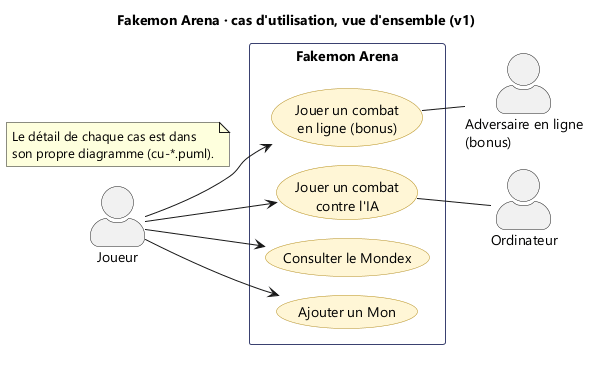
Before: docs/uml/cas-utilisation.png, a diagram exported from PlantUML (OnerAliCan/fakemon-arena). Its diagram source:
```plantuml
@startuml cas-utilisation
!pragma layout smetana
left to right direction
skinparam actorStyle awesome
skinparam defaultFontName Segoe UI
skinparam usecase {
  BackgroundColor #FFF6D6
  BorderColor #B8901A
}
skinparam rectangle {
  BorderColor #3A4170
  BackgroundColor #FAFAFD
}
title Fakemon Arena · cas d'utilisation, vue d'ensemble (v1)

actor "Joueur" as joueur
actor "Ordinateur" as ia
actor "Adversaire en ligne\n(bonus)" as adv

rectangle "Fakemon Arena" {
  usecase "Jouer un combat\nen ligne (bonus)" as jouerLigne
  usecase "Jouer un combat\ncontre l'IA" as jouerIA
  usecase "Consulter le Mondex" as mondex
  usecase "Ajouter un Mon" as ajouter
}

joueur --> jouerLigne
joueur --> jouerIA
joueur --> mondex
joueur --> ajouter
jouerIA -- ia
jouerLigne -- adv

note as detail
  Le détail de chaque cas est dans
  son propre diagramme (cu-*.puml).
end note
@enduml
```
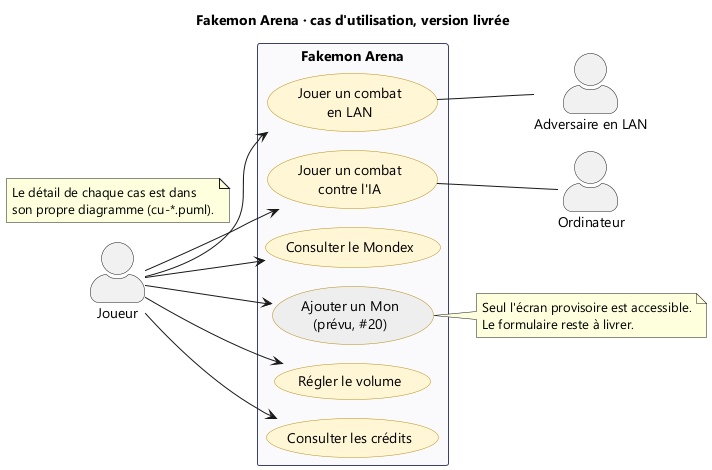
The same diagram one commit later.

Change to the diagram source:
```diff
@@ -11,25 +11,34 @@
   BorderColor #3A4170
   BackgroundColor #FAFAFD
 }
-title Fakemon Arena · cas d'utilisation, vue d'ensemble (v1)
+title Fakemon Arena · cas d'utilisation, version livrée
 
 actor "Joueur" as joueur
 actor "Ordinateur" as ia
-actor "Adversaire en ligne\n(bonus)" as adv
+actor "Adversaire en LAN" as adv
 
 rectangle "Fakemon Arena" {
-  usecase "Jouer un combat\nen ligne (bonus)" as jouerLigne
+  usecase "Jouer un combat\nen LAN" as jouerLigne
   usecase "Jouer un combat\ncontre l'IA" as jouerIA
   usecase "Consulter le Mondex" as mondex
-  usecase "Ajouter un Mon" as ajouter
+  usecase "Ajouter un Mon\n(prévu, #20)" as ajouter #EEEEEE
+  usecase "Régler le volume" as volume
+  usecase "Consulter les crédits" as credits
 }
 
 joueur --> jouerLigne
 joueur --> jouerIA
 joueur --> mondex
 joueur --> ajouter
+joueur --> volume
+joueur --> credits
 jouerIA -- ia
 jouerLigne -- adv
+
+note right of ajouter
+  Seul l'écran provisoire est accessible.
+  Le formulaire reste à livrer.
+end note
 
 note as detail
   Le détail de chaque cas est dans
```
